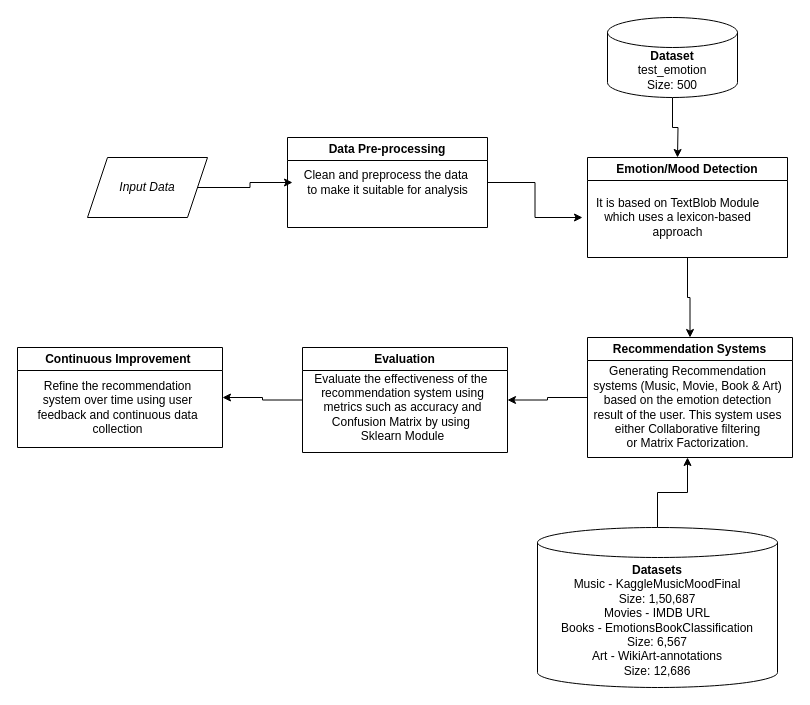
Above: First Draft/systemarchi.drawio in saidhanush4422/Helium-3 (draw.io), before the change. Source tidied: cells renumbered, new cells numbered last; positions are measured from the earlier drawing's top-left corner, leaving out a move shared by most shapes. Both pictures are drawn from the tidied source at 100%, with x=0, y=0 at pixel (17, 17).
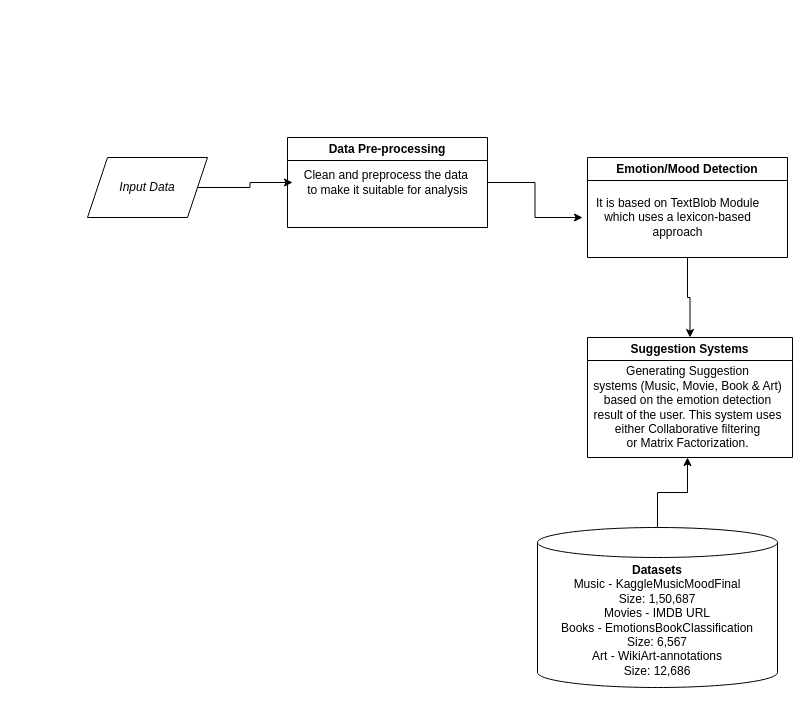
After the change.

The edit, as a diff of the source:
```diff
@@
-    <mxCell id="10" style="edgeStyle=orthogonalEdgeStyle;rounded=0;jettySize=auto;html=1;" parent="1" edge="1" source="11" target="14">
-      <mxGeometry relative="1" as="geometry" />
-    </mxCell>
-    <mxCell id="11" value="Recommendation Systems" style="swimlane;whiteSpace=wrap;html=1;" parent="1" vertex="1">
+    <mxCell id="11" value="Suggestion Systems" style="swimlane;whiteSpace=wrap;html=1;" parent="1" vertex="1">
       <mxGeometry x="570" y="320" width="205" height="120" as="geometry" />
     </mxCell>
-    <mxCell id="12" value="Generating Recommendation &lt;br&gt;systems (Music, Movie, Book &amp;amp; Art)&lt;br&gt;based on the emotion detection&lt;br&gt;result of the user. This system uses&lt;br&gt;either Collaborative filtering&lt;br&gt;or Matrix Factorization." style="text;html=1;align=center;verticalAlign=middle;points=[];strokeColor=none;fillColor=none;" parent="11" vertex="1">
+    <mxCell id="12" value="Generating Suggestion&lt;br&gt;systems (Music, Movie, Book &amp;amp; Art)&lt;br&gt;based on the emotion detection&lt;br&gt;result of the user. This system uses&lt;br&gt;either Collaborative filtering&lt;br&gt;or Matrix Factorization." style="text;html=1;align=center;verticalAlign=middle;points=[];strokeColor=none;fillColor=none;" parent="11" vertex="1">
       <mxGeometry x="-5" y="20" width="210" height="100" as="geometry" />
     </mxCell>
-    <mxCell id="13" style="edgeStyle=orthogonalEdgeStyle;rounded=0;jettySize=auto;html=1;" parent="1" edge="1" source="14" target="16">
-      <mxGeometry relative="1" as="geometry" />
-    </mxCell>
-    <mxCell id="14" value="Evaluation" style="swimlane;whiteSpace=wrap;html=1;" parent="1" vertex="1">
-      <mxGeometry x="285" y="330" width="205" height="105" as="geometry" />
-    </mxCell>
-    <mxCell id="15" value="Evaluate the effectiveness of the&amp;nbsp;&lt;br&gt;recommendation system using &lt;br&gt;metrics such as accuracy and&lt;br&gt;Confusion Matrix by using&amp;nbsp;&lt;br&gt;Sklearn Module" style="text;html=1;align=center;verticalAlign=middle;strokeColor=none;fillColor=none;" parent="14" vertex="1">
-      <mxGeometry y="15" width="200" height="90" as="geometry" />
-    </mxCell>
-    <mxCell id="16" value="Continuous Improvement&amp;nbsp;" style="swimlane;whiteSpace=wrap;html=1;" parent="1" vertex="1">
-      <mxGeometry y="330" width="205" height="100" as="geometry" />
-    </mxCell>
-    <mxCell id="17" value="Refine the recommendation&lt;br&gt;system over time using user &lt;br&gt;feedback and continuous data &lt;br&gt;collection" style="text;html=1;align=center;verticalAlign=middle;strokeColor=none;fillColor=none;" parent="16" vertex="1">
-      <mxGeometry x="10" y="25" width="180" height="70" as="geometry" />
-    </mxCell>
-    <mxCell id="18" style="edgeStyle=orthogonalEdgeStyle;rounded=0;jettySize=auto;html=1;" parent="1" edge="1" source="19">
-      <mxGeometry relative="1" as="geometry">
-        <mxPoint x="660" y="140" as="targetPoint" />
-      </mxGeometry>
-    </mxCell>
-    <mxCell id="19" value="&lt;b&gt;Dataset&lt;/b&gt;&lt;br&gt;test_emotion&lt;br&gt;Size: 500" style="shape=cylinder3;whiteSpace=wrap;html=1;boundedLbl=1;backgroundOutline=1;size=15;" parent="1" vertex="1">
-      <mxGeometry x="590" width="130" height="80" as="geometry" />
-    </mxCell>
```
